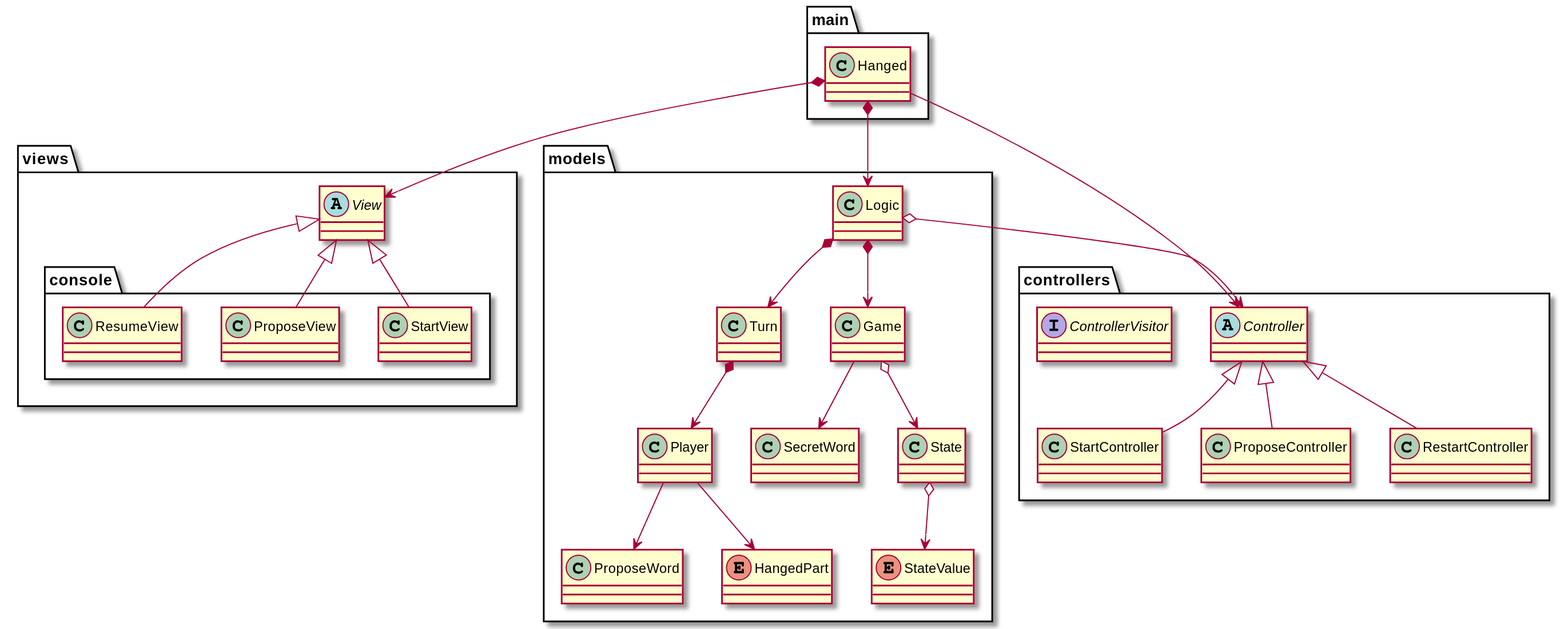
The PlantUML diagram requirements/images/MVC.svg in jumpering/Hanged, before a commit.
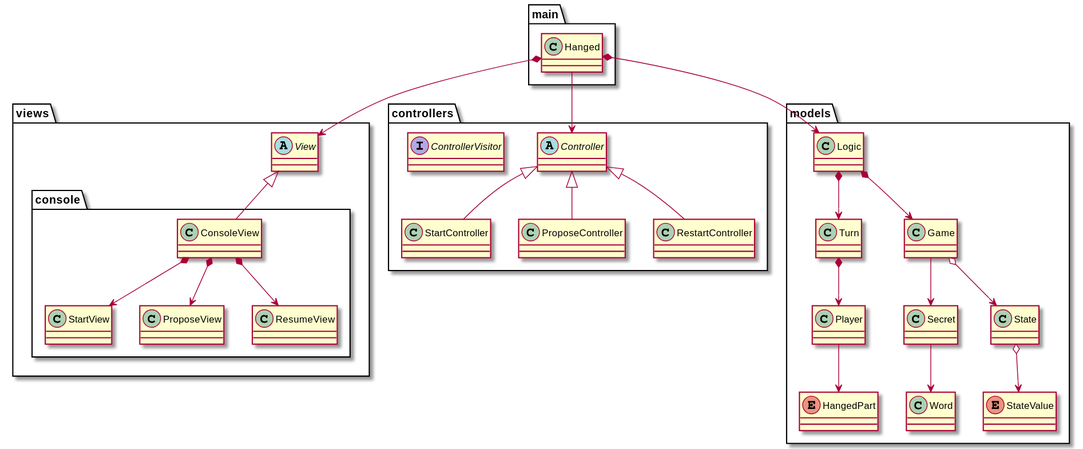
After the change.

Commit message:
test secret and word

Diff of the diagram source:
```diff
@@ -6,6 +6,7 @@
 package "views"{
 abstract class View
     package "console" {
+        class ConsoleView
         class StartView
         class ProposeView
         class ResumeView
@@ -24,8 +25,8 @@
 
 package "models" {
 class Logic
-class ProposeWord
-class SecretWord
+class Secret
+class Word
 enum HangedPart
 class Turn
 class Player
@@ -40,10 +41,10 @@
 Hanged *--> Logic
 Hanged --> Controller
 
-Logic o--> Controller
-View <|-- StartView
-View <|-- ProposeView
-View <|-- ResumeView
+View <|-- ConsoleView
+ConsoleView *--> StartView
+ConsoleView *--> ProposeView
+ConsoleView *--> ResumeView
 
 Controller <|-- StartController
 Controller <|-- ProposeController
@@ -55,10 +56,11 @@
 State o--> StateValue
 
 Turn *--> Player
-Player --> ProposeWord
 Player --> HangedPart
 
-Game --> SecretWord
+Game --> Secret
+
+Secret --> Word
 
 
 
```
